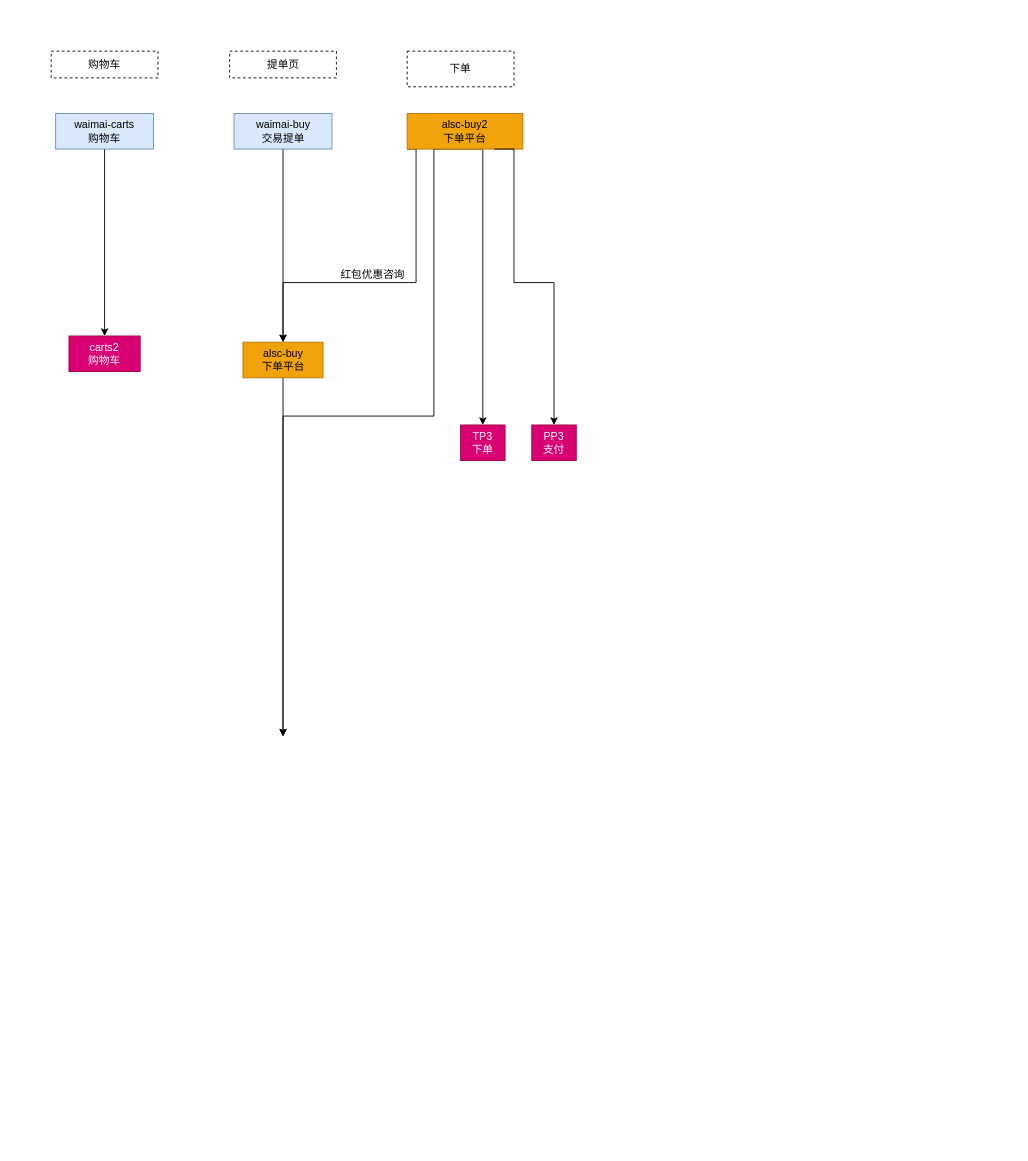
Earlier version of the draw.io diagram page "C端交易链路" (4 of 4) of 营销业务梳理.drawio (jon-kong/draw.io). Source tidied: cells renumbered, new cells numbered last; positions are measured from the earlier drawing's top-left corner, leaving out a move shared by most shapes. Both pictures are drawn from the tidied source at 89%, with x=0, y=0 at pixel (51, 51).
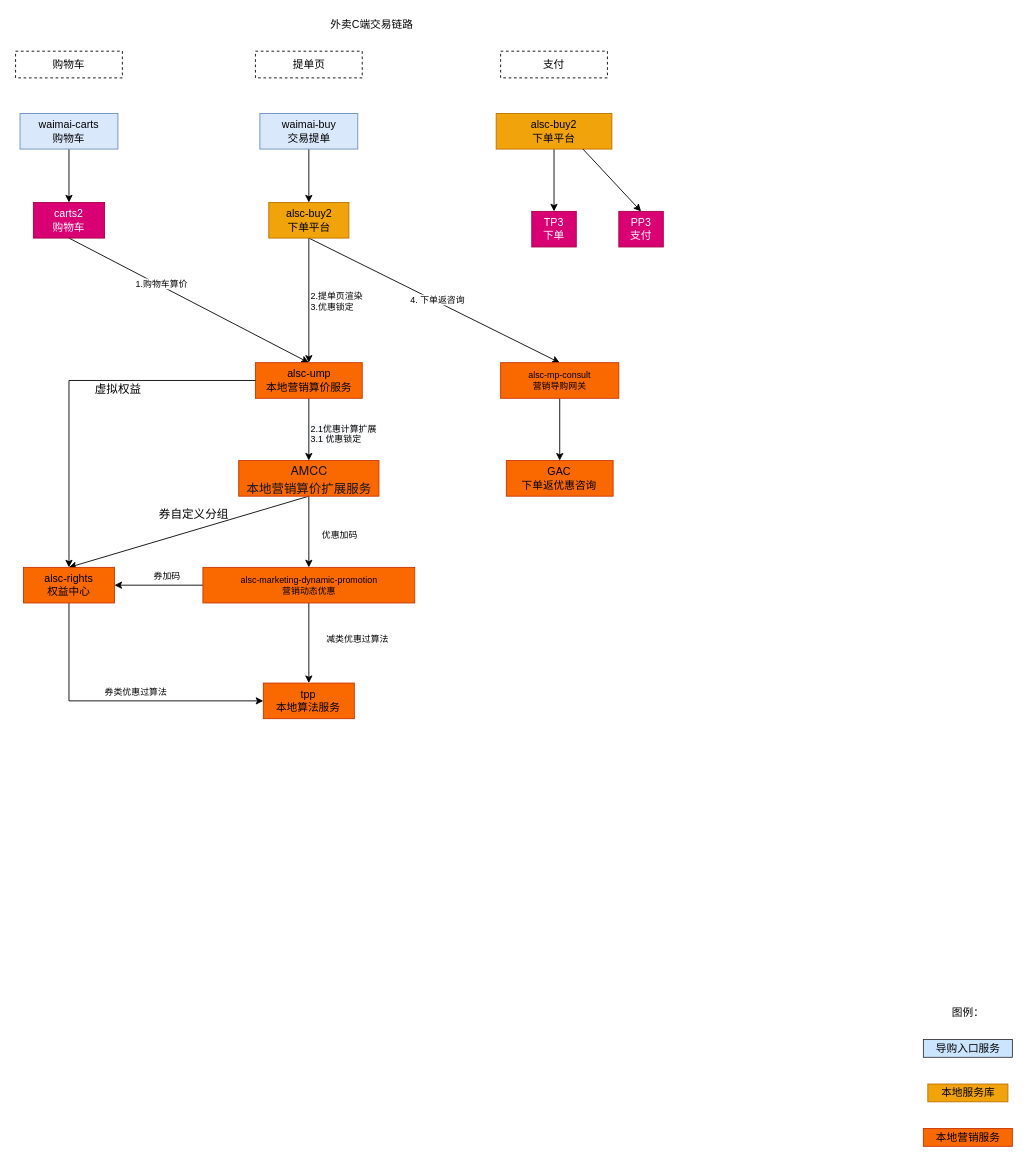
The same diagram, later.

Diff of the diagram source:
```diff
@@
     <mxCell id="2" value="购物车" style="rounded=0;whiteSpace=wrap;html=1;dashed=1;labelBackgroundColor=none;fontSize=12;" parent="1" vertex="1">
-      <mxGeometry width="120" height="30" as="geometry" />
+      <mxGeometry x="-40" width="120" height="30" as="geometry" />
     </mxCell>
     <mxCell id="3" value="提单页" style="rounded=0;whiteSpace=wrap;html=1;dashed=1;labelBackgroundColor=none;fontSize=12;" parent="1" vertex="1">
-      <mxGeometry x="200.5" width="120" height="30" as="geometry" />
+      <mxGeometry x="229.5" width="120" height="30" as="geometry" />
     </mxCell>
-    <mxCell id="4" value="下单" style="rounded=0;whiteSpace=wrap;html=1;dashed=1;labelBackgroundColor=none;fontSize=12;" parent="1" vertex="1">
-      <mxGeometry x="400" width="120" height="40" as="geometry" />
-    </mxCell>
@@
     <mxCell id="6" value="waimai-carts&lt;br&gt;购物车" style="rounded=0;whiteSpace=wrap;html=1;fillColor=#dae8fc;strokeColor=#6c8ebf;" parent="1" vertex="1">
-      <mxGeometry x="5" y="70" width="110" height="40" as="geometry" />
+      <mxGeometry x="-35" y="70" width="110" height="40" as="geometry" />
     </mxCell>
-    <mxCell id="7" style="edgeStyle=orthogonalEdgeStyle;rounded=0;jettySize=auto;html=1;exitX=0.5;exitY=1;exitDx=0;exitDy=0;fontSize=12;entryX=0.5;entryY=0;entryDx=0;entryDy=0;" parent="1" edge="1" source="11">
-      <mxGeometry relative="1" as="geometry">
-        <mxPoint x="260.5" y="770" as="targetPoint" />
-        <Array as="points">
-          <mxPoint x="430" y="110" />
-          <mxPoint x="430" y="410" />
-          <mxPoint x="261" y="410" />
-        </Array>
-      </mxGeometry>
-    </mxCell>
-    <mxCell id="8" style="rounded=0;jettySize=auto;html=1;fontSize=12;exitX=0.5;exitY=1;exitDx=0;exitDy=0;entryX=0.5;entryY=0;entryDx=0;entryDy=0;edgeStyle=orthogonalEdgeStyle;" parent="1" edge="1" source="11" target="17">
-      <mxGeometry relative="1" as="geometry">
-        <Array as="points">
-          <mxPoint x="485" y="110" />
-        </Array>
-      </mxGeometry>
+    <mxCell id="8" style="rounded=0;jettySize=auto;html=1;fontSize=12;exitX=0.5;exitY=1;exitDx=0;exitDy=0;entryX=0.5;entryY=0;entryDx=0;entryDy=0;" parent="1" edge="1" source="11" target="17">
+      <mxGeometry relative="1" as="geometry" />
     </mxCell>
-    <mxCell id="9" style="edgeStyle=orthogonalEdgeStyle;rounded=0;jettySize=auto;html=1;exitX=0;exitY=1;exitDx=0;exitDy=0;entryX=0.5;entryY=0;entryDx=0;entryDy=0;fontSize=12;" parent="1" edge="1" source="11" target="16">
-      <mxGeometry relative="1" as="geometry">
-        <Array as="points">
-          <mxPoint x="410" y="110" />
-          <mxPoint x="410" y="260" />
-          <mxPoint x="261" y="260" />
-        </Array>
-      </mxGeometry>
-    </mxCell>
-    <mxCell id="10" value="红包优惠咨询" style="edgeLabel;html=1;align=center;verticalAlign=middle;fontSize=12;" parent="9" vertex="1">
-      <mxGeometry x="-0.23" y="-4" relative="1" as="geometry">
-        <mxPoint x="-46" y="5" as="offset" />
-      </mxGeometry>
-    </mxCell>
     <mxCell id="11" value="alsc-buy2&lt;br style=&quot;font-size: 12px&quot;&gt;下单平台" style="rounded=0;fontSize=12;labelBackgroundColor=none;html=1;whiteSpace=wrap;fillColor=#f0a30a;fontColor=#000000;strokeColor=#BD7000;" parent="1" vertex="1">
-      <mxGeometry x="400" y="70" width="130" height="40" as="geometry" />
+      <mxGeometry x="500" y="70" width="130" height="40" as="geometry" />
     </mxCell>
@@
     <mxCell id="13" value="waimai-buy&lt;br&gt;交易提单" style="rounded=0;whiteSpace=wrap;html=1;fillColor=#dae8fc;strokeColor=#6c8ebf;" parent="1" vertex="1">
-      <mxGeometry x="205.5" y="70" width="110" height="40" as="geometry" />
+      <mxGeometry x="234.5" y="70" width="110" height="40" as="geometry" />
     </mxCell>
+    <mxCell id="20" style="edgeStyle=none;rounded=0;sketch=0;jumpStyle=arc;jumpSize=6;jettySize=auto;html=1;exitX=0.5;exitY=1;exitDx=0;exitDy=0;shadow=0;fontSize=10;strokeColor=default;entryX=0.5;entryY=0;entryDx=0;entryDy=0;" parent="1" edge="1" source="14" target="34">
+      <mxGeometry relative="1" as="geometry" />
+    </mxCell>
+    <mxCell id="21" value="1.购物车算价" style="edgeLabel;html=1;align=center;verticalAlign=middle;fontSize=10;" parent="20" vertex="1">
+      <mxGeometry x="-0.24" y="3" relative="1" as="geometry" />
+    </mxCell>
     <mxCell id="14" value="carts2&lt;br style=&quot;font-size: 12px&quot;&gt;购物车" style="rounded=0;fontSize=12;labelBackgroundColor=none;html=1;whiteSpace=wrap;fillColor=#d80073;fontColor=#ffffff;strokeColor=#A50040;" parent="1" vertex="1">
-      <mxGeometry x="20" y="320" width="80" height="40" as="geometry" />
+      <mxGeometry x="-20" y="170" width="80" height="40" as="geometry" />
     </mxCell>
-    <mxCell id="15" style="edgeStyle=none;rounded=0;jettySize=auto;html=1;exitX=0.5;exitY=1;exitDx=0;exitDy=0;fontSize=12;entryX=0.5;entryY=0;entryDx=0;entryDy=0;" parent="1" edge="1" source="16">
-      <mxGeometry relative="1" as="geometry">
-        <mxPoint x="260.5" y="770" as="targetPoint" />
-      </mxGeometry>
+    <mxCell id="15" style="edgeStyle=none;rounded=0;jettySize=auto;html=1;exitX=0.5;exitY=1;exitDx=0;exitDy=0;fontSize=12;" parent="1" edge="1" source="16" target="34">
+      <mxGeometry relative="1" as="geometry" />
     </mxCell>
+    <mxCell id="22" value="2.提单页渲染&lt;br&gt;3.优惠锁定" style="edgeLabel;html=1;align=left;verticalAlign=middle;fontSize=10;" parent="15" vertex="1">
+      <mxGeometry x="-0.31" y="-2" relative="1" as="geometry">
+        <mxPoint x="2" y="22" as="offset" />
+      </mxGeometry>
+    </mxCell>
+    <mxCell id="23" style="edgeStyle=none;rounded=0;sketch=0;jumpStyle=arc;jumpSize=6;jettySize=auto;html=1;exitX=0.5;exitY=1;exitDx=0;exitDy=0;entryX=0.5;entryY=0;entryDx=0;entryDy=0;shadow=0;fontSize=10;strokeColor=default;" parent="1" edge="1" source="16" target="31">
+      <mxGeometry relative="1" as="geometry" />
+    </mxCell>
+    <mxCell id="24" value="4. 下单返咨询" style="edgeLabel;html=1;align=center;verticalAlign=middle;fontSize=10;" parent="23" vertex="1">
+      <mxGeometry x="0.01" y="3" relative="1" as="geometry" />
+    </mxCell>
-    <mxCell id="16" value="alsc-buy&lt;br style=&quot;font-size: 12px&quot;&gt;下单平台" style="rounded=0;fontSize=12;labelBackgroundColor=none;html=1;whiteSpace=wrap;fillColor=#f0a30a;fontColor=#000000;strokeColor=#BD7000;" parent="1" vertex="1">
-      <mxGeometry x="215.5" y="327" width="90" height="40" as="geometry" />
+    <mxCell id="16" value="alsc-buy2&lt;br style=&quot;font-size: 12px&quot;&gt;下单平台" style="rounded=0;fontSize=12;labelBackgroundColor=none;html=1;whiteSpace=wrap;fillColor=#f0a30a;fontColor=#000000;strokeColor=#BD7000;" parent="1" vertex="1">
+      <mxGeometry x="244.5" y="170" width="90" height="40" as="geometry" />
     </mxCell>
     <mxCell id="17" value="TP3&lt;br style=&quot;font-size: 12px&quot;&gt;下单" style="rounded=0;fontSize=12;labelBackgroundColor=none;html=1;whiteSpace=wrap;fillColor=#d80073;fontColor=#ffffff;strokeColor=#A50040;" parent="1" vertex="1">
-      <mxGeometry x="460" y="420" width="50" height="40" as="geometry" />
+      <mxGeometry x="540" y="180" width="50" height="40" as="geometry" />
     </mxCell>
     <mxCell id="18" value="PP3&lt;br style=&quot;font-size: 12px&quot;&gt;支付" style="rounded=0;fontSize=12;labelBackgroundColor=none;html=1;whiteSpace=wrap;fillColor=#d80073;fontColor=#ffffff;strokeColor=#A50040;" parent="1" vertex="1">
-      <mxGeometry x="540" y="420" width="50" height="40" as="geometry" />
+      <mxGeometry x="637.8" y="180" width="50" height="40" as="geometry" />
     </mxCell>
-    <mxCell id="19" style="rounded=0;jettySize=auto;html=1;fontSize=12;exitX=0.75;exitY=1;exitDx=0;exitDy=0;entryX=0.5;entryY=0;entryDx=0;entryDy=0;edgeStyle=orthogonalEdgeStyle;" parent="1" edge="1" source="11" target="18">
-      <mxGeometry relative="1" as="geometry">
-        <Array as="points">
-          <mxPoint x="520" y="110" />
-          <mxPoint x="520" y="260" />
-          <mxPoint x="565" y="260" />
-        </Array>
-      </mxGeometry>
+    <mxCell id="19" style="rounded=0;jettySize=auto;html=1;fontSize=12;exitX=0.75;exitY=1;exitDx=0;exitDy=0;entryX=0.5;entryY=0;entryDx=0;entryDy=0;" parent="1" edge="1" source="11" target="18">
+      <mxGeometry relative="1" as="geometry" />
     </mxCell>
+    <mxCell id="25" value="外卖C端交易链路" style="text;html=1;align=center;verticalAlign=middle;strokeColor=none;fillColor=none;fontSize=12;" parent="1" vertex="1">
+      <mxGeometry x="300" y="-40" width="120" height="20" as="geometry" />
+    </mxCell>
+    <mxCell id="26" value="支付" style="rounded=0;whiteSpace=wrap;html=1;dashed=1;labelBackgroundColor=none;fontSize=12;" parent="1" vertex="1">
+      <mxGeometry x="505" width="120" height="30" as="geometry" />
+    </mxCell>
+    <mxCell id="27" style="edgeStyle=orthogonalEdgeStyle;rounded=0;sketch=0;jumpStyle=arc;jumpSize=6;jettySize=auto;html=1;exitX=0.5;exitY=1;exitDx=0;exitDy=0;shadow=0;fontSize=13;strokeColor=default;" parent="1" edge="1" source="29" target="41">
+      <mxGeometry relative="1" as="geometry" />
+    </mxCell>
+    <mxCell id="28" style="edgeStyle=none;rounded=0;sketch=0;jumpStyle=arc;jumpSize=6;jettySize=auto;html=1;exitX=0;exitY=0.5;exitDx=0;exitDy=0;entryX=1;entryY=0.5;entryDx=0;entryDy=0;shadow=0;fontSize=10;strokeColor=default;" parent="1" edge="1" source="29" target="40">
+      <mxGeometry relative="1" as="geometry" />
+    </mxCell>
+    <mxCell id="29" value="alsc-marketing-dynamic-promotion&lt;br&gt;营销动态优惠" style="rounded=0;fontSize=10;labelBackgroundColor=none;html=1;whiteSpace=wrap;fillColor=#fa6800;strokeColor=#C73500;fontColor=#000000;" parent="1" vertex="1">
+      <mxGeometry x="170.5" y="580" width="238" height="40" as="geometry" />
+    </mxCell>
+    <mxCell id="30" style="edgeStyle=none;rounded=0;sketch=0;jumpStyle=arc;jumpSize=6;jettySize=auto;html=1;exitX=0.5;exitY=1;exitDx=0;exitDy=0;entryX=0.5;entryY=0;entryDx=0;entryDy=0;shadow=0;fontSize=10;strokeColor=default;" parent="1" edge="1" source="31" target="45">
+      <mxGeometry relative="1" as="geometry" />
+    </mxCell>
+    <mxCell id="31" value="alsc-mp-consult&lt;br&gt;营销导购网关" style="rounded=0;fontSize=10;labelBackgroundColor=none;html=1;whiteSpace=wrap;fillColor=#fa6800;fontColor=#000000;strokeColor=#C73500;" parent="1" vertex="1">
+      <mxGeometry x="505" y="350" width="132.8" height="40" as="geometry" />
+    </mxCell>
+    <mxCell id="32" style="edgeStyle=none;rounded=0;sketch=0;jumpStyle=arc;jumpSize=6;jettySize=auto;html=1;exitX=0.5;exitY=1;exitDx=0;exitDy=0;entryX=0.5;entryY=0;entryDx=0;entryDy=0;shadow=0;fontSize=13;strokeColor=default;" parent="1" edge="1" source="34" target="38">
+      <mxGeometry relative="1" as="geometry" />
+    </mxCell>
+    <mxCell id="33" value="&lt;span style=&quot;font-size: 10px ; background-color: rgb(248 , 249 , 250)&quot;&gt;2.1优惠计算扩展&lt;br&gt;3.1 优惠锁定&lt;br&gt;&lt;/span&gt;" style="edgeLabel;html=1;align=left;verticalAlign=middle;fontSize=10;" parent="32" vertex="1">
+      <mxGeometry x="-0.34" y="-5" relative="1" as="geometry">
+        <mxPoint x="5" y="16" as="offset" />
+      </mxGeometry>
+    </mxCell>
+    <mxCell id="34" value="alsc-ump&lt;br style=&quot;font-size: 12px;&quot;&gt;本地营销算价服务" style="rounded=0;fontSize=12;labelBackgroundColor=none;html=1;whiteSpace=wrap;fillColor=#fa6800;fontColor=#000000;strokeColor=#C73500;" parent="1" vertex="1">
+      <mxGeometry x="229.5" y="350" width="120" height="40" as="geometry" />
+    </mxCell>
+    <mxCell id="35" style="edgeStyle=none;rounded=0;jettySize=auto;html=1;exitX=0.5;exitY=1;exitDx=0;exitDy=0;entryX=0.5;entryY=0;entryDx=0;entryDy=0;fontSize=12;" parent="1" edge="1" source="38" target="29">
+      <mxGeometry relative="1" as="geometry" />
+    </mxCell>
+    <mxCell id="36" style="edgeStyle=orthogonalEdgeStyle;rounded=0;sketch=0;jumpStyle=arc;jumpSize=6;jettySize=auto;html=1;exitX=0;exitY=0.5;exitDx=0;exitDy=0;entryX=0.5;entryY=0;entryDx=0;entryDy=0;shadow=0;fontSize=13;strokeColor=default;" parent="1" edge="1" source="34" target="40">
+      <mxGeometry relative="1" as="geometry" />
+    </mxCell>
+    <mxCell id="37" style="rounded=0;sketch=0;jumpStyle=arc;jumpSize=6;jettySize=auto;html=1;exitX=0.5;exitY=1;exitDx=0;exitDy=0;entryX=0.5;entryY=0;entryDx=0;entryDy=0;shadow=0;fontSize=10;strokeColor=default;" parent="1" edge="1" source="38" target="40">
+      <mxGeometry relative="1" as="geometry" />
+    </mxCell>
+    <mxCell id="38" value="&lt;p class=&quot;p1&quot; style=&quot;margin: 0px ; font-stretch: normal ; font-size: 14px ; line-height: normal ; font-family: &amp;#34;helvetica neue&amp;#34; ; color: rgb(18 , 20 , 22)&quot;&gt;AMCC&lt;/p&gt;&lt;p class=&quot;p1&quot; style=&quot;margin: 0px ; font-stretch: normal ; font-size: 14px ; line-height: normal ; font-family: &amp;#34;helvetica neue&amp;#34; ; color: rgb(18 , 20 , 22)&quot;&gt;本地营销算价扩展服务&lt;/p&gt;" style="rounded=0;fontSize=10;labelBackgroundColor=none;html=1;whiteSpace=wrap;fillColor=#fa6800;fontColor=#000000;strokeColor=#C73500;" parent="1" vertex="1">
+      <mxGeometry x="210.7" y="460" width="157.6" height="40" as="geometry" />
+    </mxCell>
+    <mxCell id="39" style="edgeStyle=orthogonalEdgeStyle;rounded=0;sketch=0;jumpStyle=arc;jumpSize=6;jettySize=auto;html=1;exitX=0.5;exitY=1;exitDx=0;exitDy=0;entryX=0;entryY=0.5;entryDx=0;entryDy=0;shadow=0;fontSize=13;strokeColor=default;" parent="1" edge="1" source="40" target="41">
+      <mxGeometry relative="1" as="geometry" />
+    </mxCell>
+    <mxCell id="40" value="alsc-rights&lt;br style=&quot;font-size: 12px;&quot;&gt;权益中心" style="rounded=0;fontSize=12;labelBackgroundColor=none;html=1;whiteSpace=wrap;fillColor=#fa6800;fontColor=#000000;strokeColor=#C73500;" parent="1" vertex="1">
+      <mxGeometry x="-31.1" y="580" width="102.2" height="40" as="geometry" />
+    </mxCell>
+    <mxCell id="41" value="tpp&lt;br style=&quot;font-size: 12px&quot;&gt;本地算法服务" style="rounded=0;fontSize=12;labelBackgroundColor=none;html=1;whiteSpace=wrap;fillColor=#fa6800;fontColor=#000000;strokeColor=#C73500;" parent="1" vertex="1">
+      <mxGeometry x="238.4" y="710" width="102.2" height="40" as="geometry" />
+    </mxCell>
+    <mxCell id="42" value="&lt;font style=&quot;font-size: 10px&quot;&gt;减类优惠过算法&lt;/font&gt;" style="text;html=1;align=center;verticalAlign=middle;strokeColor=none;fillColor=none;fontSize=10;" parent="1" vertex="1">
+      <mxGeometry x="289" y="650" width="110" height="20" as="geometry" />
+    </mxCell>
+    <mxCell id="43" value="&lt;font style=&quot;font-size: 10px&quot;&gt;券类优惠过算法&lt;/font&gt;" style="text;html=1;align=center;verticalAlign=middle;strokeColor=none;fillColor=none;fontSize=10;" parent="1" vertex="1">
+      <mxGeometry x="40" y="710" width="110" height="20" as="geometry" />
+    </mxCell>
+    <mxCell id="44" value="&lt;font style=&quot;font-size: 10px&quot;&gt;优惠加码&lt;/font&gt;" style="text;html=1;align=center;verticalAlign=middle;strokeColor=none;fillColor=none;fontSize=10;" parent="1" vertex="1">
+      <mxGeometry x="289" y="534" width="70" height="20" as="geometry" />
+    </mxCell>
+    <mxCell id="45" value="GAC&lt;br style=&quot;font-size: 12px&quot;&gt;下单返优惠咨询" style="rounded=0;fontSize=12;labelBackgroundColor=none;html=1;whiteSpace=wrap;fillColor=#fa6800;fontColor=#000000;strokeColor=#C73500;" parent="1" vertex="1">
+      <mxGeometry x="511.4" y="460" width="120" height="40" as="geometry" />
+    </mxCell>
+    <mxCell id="46" value="虚拟权益" style="text;html=1;align=center;verticalAlign=middle;strokeColor=none;fillColor=none;fontSize=13;" parent="1" vertex="1">
+      <mxGeometry x="40" y="370" width="70" height="20" as="geometry" />
+    </mxCell>
+    <mxCell id="47" value="券自定义分组" style="text;html=1;align=center;verticalAlign=middle;strokeColor=none;fillColor=none;fontSize=13;" parent="1" vertex="1">
+      <mxGeometry x="110" y="510" width="100" height="20" as="geometry" />
+    </mxCell>
+    <mxCell id="48" value="本地营销服务" style="text;html=1;align=center;verticalAlign=middle;strokeColor=#C73500;fillColor=#fa6800;fontSize=12;fontColor=#000000;" parent="1" vertex="1">
+      <mxGeometry x="980" y="1210.5" width="100" height="20" as="geometry" />
+    </mxCell>
+    <mxCell id="49" value="本地服务库" style="text;html=1;align=center;verticalAlign=middle;strokeColor=#BD7000;fillColor=#f0a30a;fontSize=12;fontColor=#000000;" parent="1" vertex="1">
+      <mxGeometry x="985" y="1160.5" width="90" height="20" as="geometry" />
+    </mxCell>
+    <mxCell id="50" value="图例：" style="text;html=1;align=center;verticalAlign=middle;strokeColor=none;fillColor=none;fontSize=12;" parent="1" vertex="1">
+      <mxGeometry x="1000" y="1070.5" width="60" height="20" as="geometry" />
+    </mxCell>
+    <mxCell id="51" value="导购入口服务" style="text;html=1;align=center;verticalAlign=middle;strokeColor=#36393d;fillColor=#cce5ff;fontSize=12;" parent="1" vertex="1">
+      <mxGeometry x="980" y="1110.5" width="100" height="20" as="geometry" />
+    </mxCell>
+    <mxCell id="52" value="&lt;font style=&quot;font-size: 10px&quot;&gt;券加码&lt;/font&gt;" style="text;html=1;align=center;verticalAlign=middle;strokeColor=none;fillColor=none;fontSize=10;" parent="1" vertex="1">
+      <mxGeometry x="100" y="580" width="60" height="20" as="geometry" />
+    </mxCell>
```
